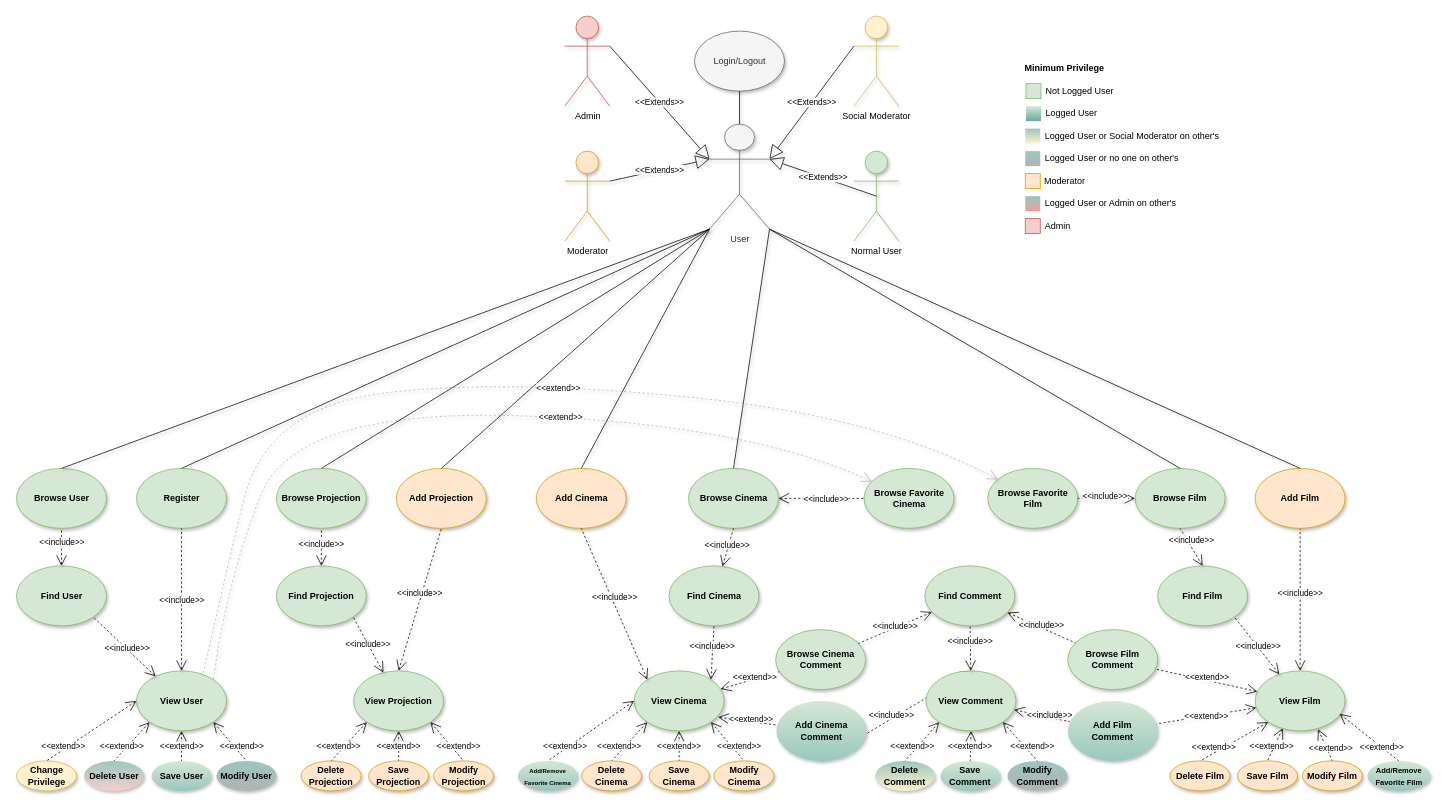
This is Task1/Documentation/Diagrams/Use Case.drawio from unipi-fr/LargeScaleMultiStructureDatabases, a draw.io file, before an edit. Source tidied: cells renumbered, new cells numbered last; positions are measured from the earlier drawing's top-left corner, leaving out a move shared by most shapes. Both pictures are drawn from the tidied source at 75%, with x=0, y=0 at pixel (16, 16).
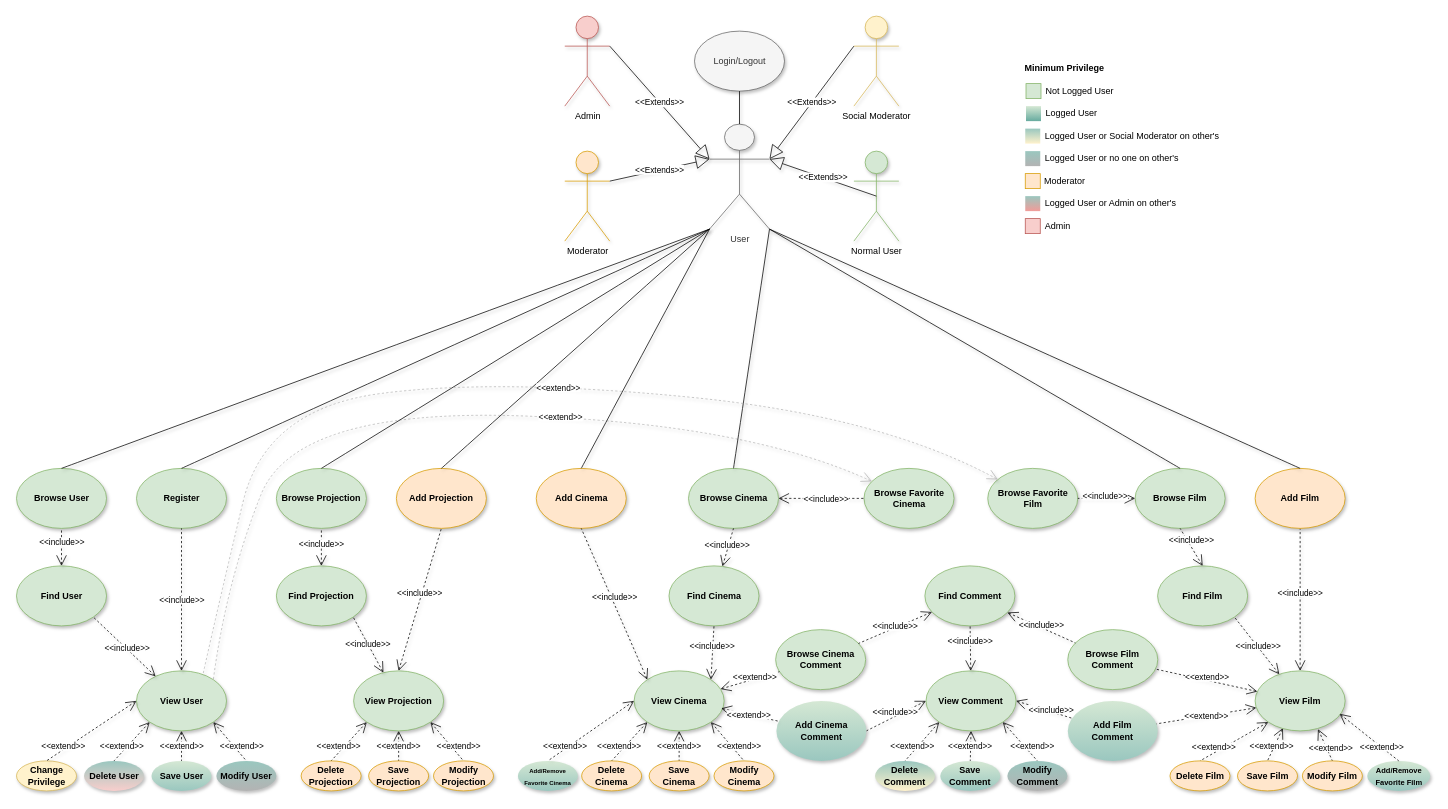
The same diagram, later.

The change refers to these unchanged cells:
```xml
<mxCell id="16" value="View Comment" style="ellipse;whiteSpace=wrap;html=1;fontStyle=1;fillColor=#d5e8d4;strokeColor=#82b366;shadow=1;" parent="1" vertex="1">
  <mxGeometry x="1212.2" y="873" width="120" height="80" as="geometry" />
</mxCell>
<mxCell id="23" value="Add Cinema Comment" style="ellipse;whiteSpace=wrap;html=1;fontStyle=1;fillColor=#d5e8d4;strokeColor=none;shadow=1;gradientColor=#9AC7BF;" parent="1" vertex="1">
  <mxGeometry x="1012.7" y="913" width="120" height="80" as="geometry" />
</mxCell>
<mxCell id="52" value="View Cinema" style="ellipse;whiteSpace=wrap;html=1;fontStyle=1;fillColor=#d5e8d4;strokeColor=#82b366;shadow=1;direction=east;" parent="1" vertex="1">
  <mxGeometry x="823" y="873" width="120" height="80" as="geometry" />
</mxCell>
<mxCell id="114" value="Add Film&lt;br&gt;Comment" style="ellipse;whiteSpace=wrap;html=1;fontStyle=1;fillColor=#d5e8d4;strokeColor=none;shadow=1;gradientColor=#9AC7BF;" parent="1" vertex="1">
  <mxGeometry x="1401.2" y="913" width="120" height="80" as="geometry" />
</mxCell>
```

What changed in the source:
```diff
@@
-    <mxCell id="2" value="&lt;span style=&quot;background-color: rgb(255 , 255 , 255)&quot;&gt;&amp;lt;&amp;lt;include&amp;gt;&amp;gt;&lt;/span&gt;" style="edgeStyle=none;html=1;startArrow=open;endArrow=none;startSize=12;verticalAlign=bottom;dashed=1;labelBackgroundColor=none;shadow=1;" parent="1" edge="1" source="16" target="114">
+    <mxCell id="2" value="&lt;span style=&quot;background-color: rgb(255 , 255 , 255)&quot;&gt;&amp;lt;&amp;lt;include&amp;gt;&amp;gt;&lt;/span&gt;" style="edgeStyle=none;html=1;startArrow=open;endArrow=none;startSize=12;verticalAlign=bottom;dashed=1;labelBackgroundColor=none;shadow=1;exitX=1;exitY=0.5;exitDx=0;exitDy=0;" parent="1" edge="1" source="16" target="114">
       <mxGeometry x="0.3" y="-6" relative="1" as="geometry" />
     </mxCell>
@@
-    <mxCell id="12" value="&lt;span style=&quot;background-color: rgb(255 , 255 , 255)&quot;&gt;&amp;lt;&amp;lt;include&amp;gt;&amp;gt;&lt;/span&gt;" style="edgeStyle=none;html=1;startArrow=open;endArrow=none;startSize=12;verticalAlign=bottom;dashed=1;labelBackgroundColor=none;entryX=0.5;entryY=1;entryDx=0;entryDy=0;exitX=0.5;exitY=0;exitDx=0;exitDy=0;shadow=1;" parent="1" edge="1" source="16" target="23">
+    <mxCell id="12" value="&lt;span style=&quot;background-color: rgb(255 , 255 , 255)&quot;&gt;&amp;lt;&amp;lt;include&amp;gt;&amp;gt;&lt;/span&gt;" style="edgeStyle=none;html=1;startArrow=open;endArrow=none;startSize=12;verticalAlign=bottom;dashed=1;labelBackgroundColor=none;entryX=1;entryY=0.5;entryDx=0;entryDy=0;exitX=0;exitY=0.5;exitDx=0;exitDy=0;shadow=1;" parent="1" edge="1" source="16" target="23">
       <mxGeometry x="0.08" y="3" relative="1" as="geometry" />
     </mxCell>
@@
-    <mxCell id="89" value="&lt;span style=&quot;background-color: rgb(255 , 255 , 255)&quot;&gt;&amp;lt;&amp;lt;extend&amp;gt;&amp;gt;&lt;/span&gt;" style="edgeStyle=none;html=1;startArrow=open;endArrow=none;startSize=12;verticalAlign=bottom;dashed=1;labelBackgroundColor=none;shadow=1;exitX=0.933;exitY=0.771;exitDx=0;exitDy=0;exitPerimeter=0;" parent="1" edge="1" source="52" target="23">
-      <mxGeometry x="0.13" y="-5" relative="1" as="geometry" />
+    <mxCell id="89" value="&lt;span style=&quot;background-color: rgb(255 , 255 , 255)&quot;&gt;&amp;lt;&amp;lt;extend&amp;gt;&amp;gt;&lt;/span&gt;" style="edgeStyle=none;html=1;startArrow=open;endArrow=none;startSize=12;verticalAlign=bottom;dashed=1;labelBackgroundColor=none;shadow=1;exitX=0.967;exitY=0.625;exitDx=0;exitDy=0;exitPerimeter=0;" parent="1" edge="1" source="52" target="23">
+      <mxGeometry x="0.01" y="-9" relative="1" as="geometry" />
     </mxCell>
```
